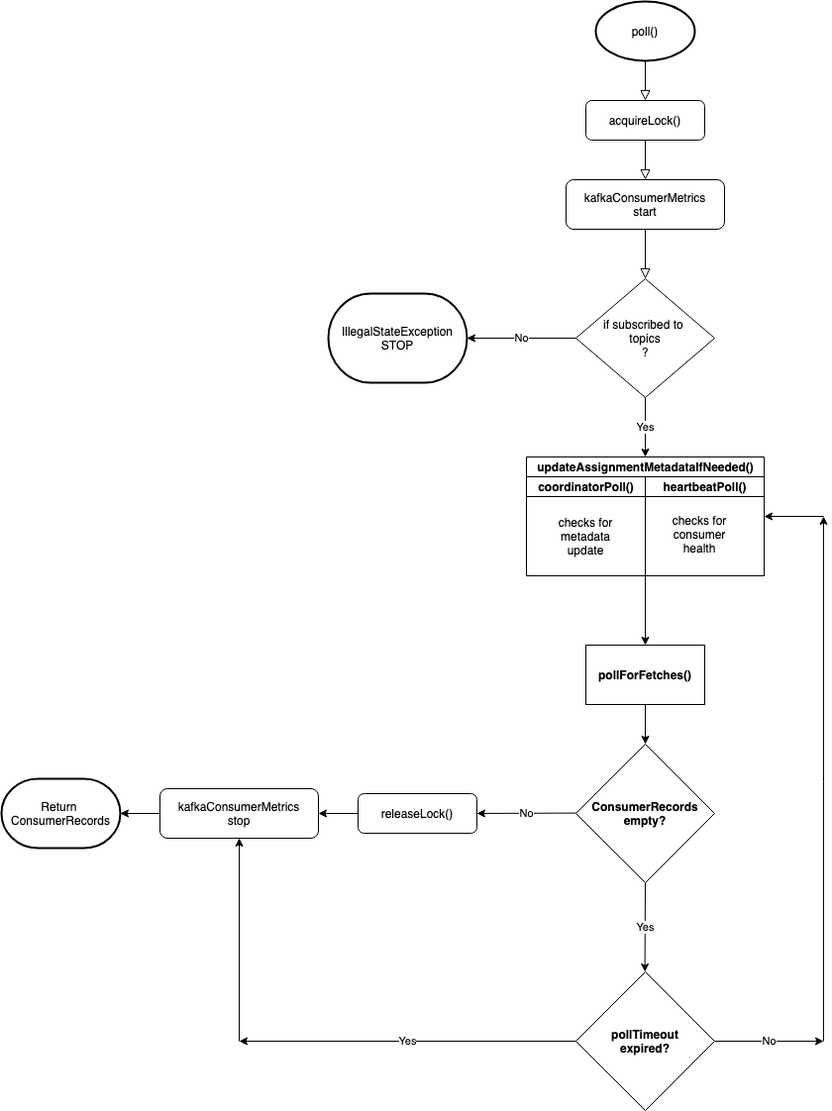
Above: KafkaConsumer:poll.png in arjunair86/KafkaFlowChart (draw.io), before the change. Source tidied: cells renumbered, new cells last; positions are measured from the earlier drawing's top-left corner, leaving out a move shared by most shapes.
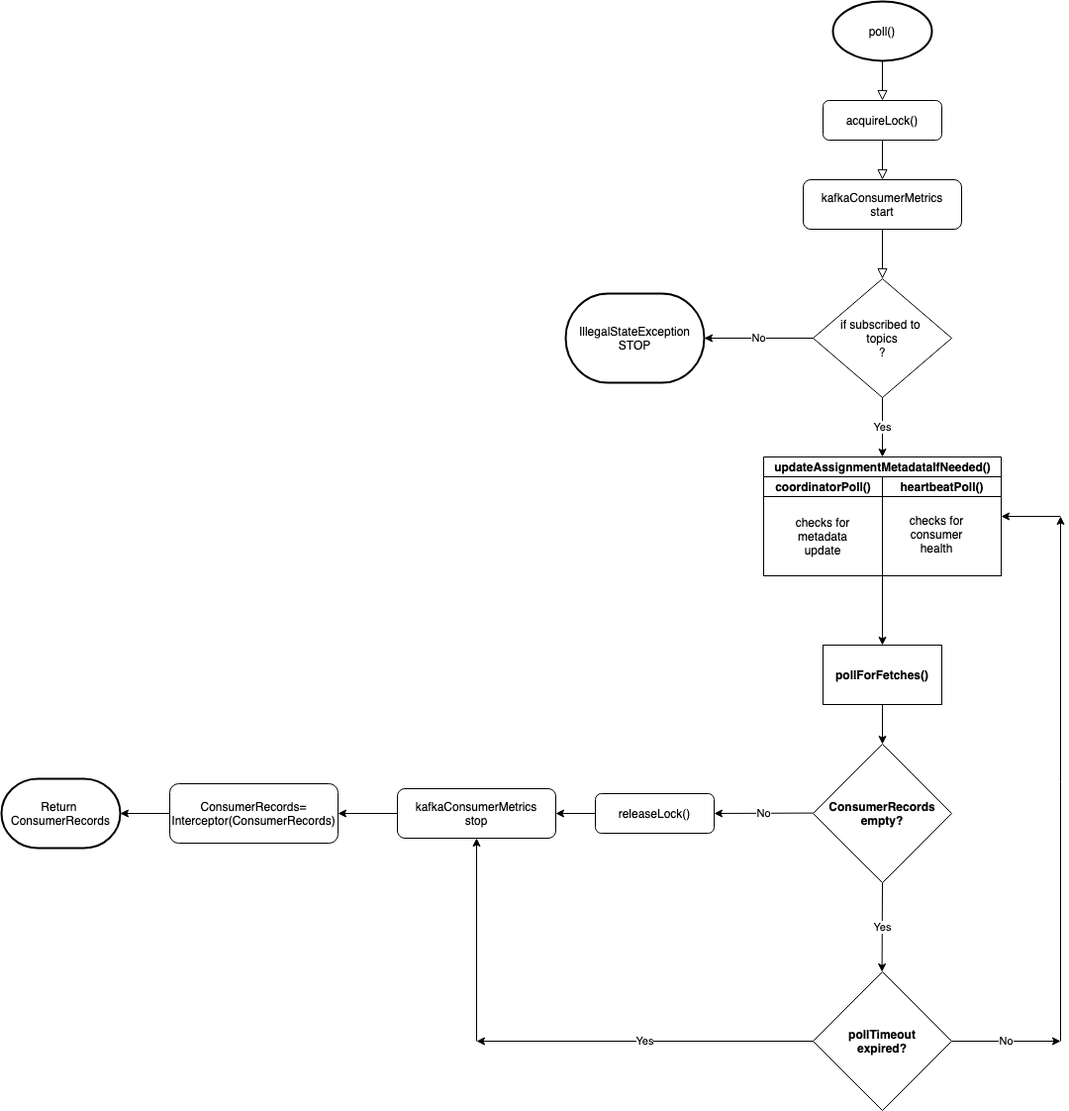
The same file after the commit.

The edit, as a diff of the source:
```diff
@@ -90,7 +90,7 @@
       </mxGeometry>
     </mxCell>
     <mxCell id="24" value="Return&amp;nbsp;&lt;br&gt;ConsumerRecords" style="strokeWidth=2;html=1;shape=mxgraph.flowchart.terminator;whiteSpace=wrap;" parent="1" vertex="1">
-      <mxGeometry y="785" width="120" height="70" as="geometry" />
+      <mxGeometry x="-240" y="785" width="120" height="70" as="geometry" />
     </mxCell>
     <mxCell id="25" value="Yes&lt;br&gt;" style="endArrow=classic;html=1;exitX=0.5;exitY=1;exitDx=0;exitDy=0;" parent="1" edge="1" source="20">
       <mxGeometry relative="1" as="geometry">
@@ -105,7 +105,7 @@
         <mxPoint x="830" y="1050" as="targetPoint" />
       </mxGeometry>
     </mxCell>
-    <mxCell id="28" style="edgeStyle=orthogonalEdgeStyle;rounded=0;jettySize=auto;html=1;" parent="1" edge="1" source="29" target="24">
+    <mxCell id="28" style="edgeStyle=orthogonalEdgeStyle;rounded=0;jettySize=auto;html=1;" parent="1" edge="1" source="34" target="24">
       <mxGeometry relative="1" as="geometry" />
     </mxCell>
     <mxCell id="29" value="kafkaConsumerMetrics&lt;br&gt;stop" style="rounded=1;whiteSpace=wrap;html=1;" parent="1" vertex="1">
@@ -127,5 +127,11 @@
     <mxCell id="33" value="releaseLock()" style="rounded=1;whiteSpace=wrap;html=1;" parent="1" vertex="1">
       <mxGeometry x="360" y="800" width="120" height="40" as="geometry" />
     </mxCell>
+    <mxCell id="34" value="ConsumerRecords=&lt;br&gt;Interceptor(ConsumerRecords)" style="rounded=1;whiteSpace=wrap;html=1;" parent="1" vertex="1">
+      <mxGeometry x="-70" y="790" width="170" height="60" as="geometry" />
+    </mxCell>
+    <mxCell id="35" style="edgeStyle=orthogonalEdgeStyle;rounded=0;jettySize=auto;html=1;" parent="1" edge="1" source="29" target="34">
+      <mxGeometry relative="1" as="geometry" />
+    </mxCell>
   </root>
 </mxGraphModel>
```
